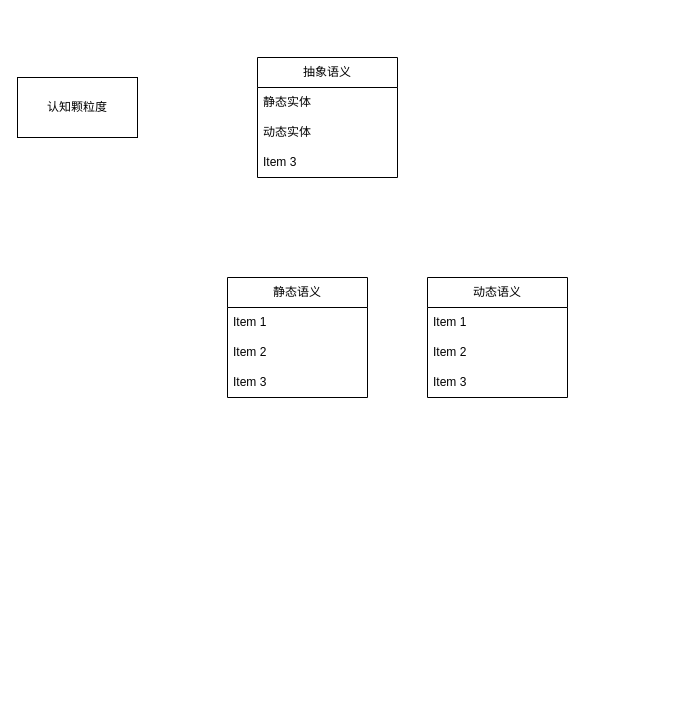
cyxm/CodeGenerator keeps this draw.io diagram as page "语义" (2 of 6) of base_model/实体和语言.drawio. Above is the earlier version. Source tidied: cells renumbered, new cells numbered last; positions are measured from the earlier drawing's top-left corner, leaving out a move shared by most shapes. Both pictures are drawn from the tidied source at 100%, with x=0, y=0 at pixel (17, 57).
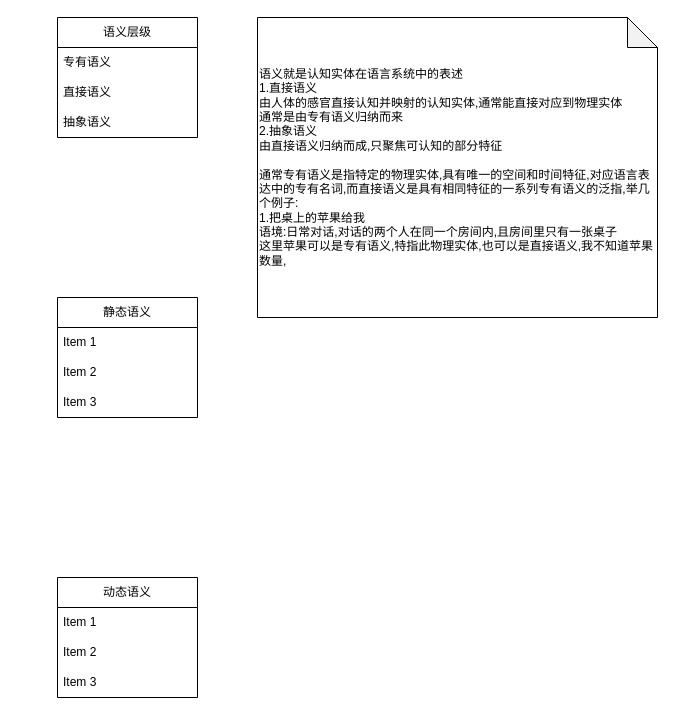
The same diagram, later.

Commit message:
更新实体和语言.drawio

Diff of the diagram source:
```diff
@@
 <mxGraphModel>
   <root>
     <mxCell id="0" />
     <mxCell id="1" parent="0" />
     <mxCell id="2" value="静态语义" style="swimlane;fontStyle=0;horizontal=1;startSize=30;whiteSpace=wrap;html=1;" parent="1" vertex="1">
-      <mxGeometry x="210" y="220" width="140" height="120" as="geometry" />
+      <mxGeometry x="40" y="240" width="140" height="120" as="geometry" />
     </mxCell>
     <mxCell id="3" value="Item 1" style="text;strokeColor=none;fillColor=none;align=left;verticalAlign=middle;spacingLeft=4;spacingRight=4;overflow=hidden;whiteSpace=wrap;html=1;" parent="2" vertex="1">
       <mxGeometry y="30" width="140" height="30" as="geometry" />
     </mxCell>
     <mxCell id="4" value="Item 2" style="text;strokeColor=none;fillColor=none;align=left;verticalAlign=middle;spacingLeft=4;spacingRight=4;overflow=hidden;whiteSpace=wrap;html=1;" parent="2" vertex="1">
       <mxGeometry y="60" width="140" height="30" as="geometry" />
     </mxCell>
     <mxCell id="5" value="Item 3" style="text;strokeColor=none;fillColor=none;align=left;verticalAlign=middle;spacingLeft=4;spacingRight=4;overflow=hidden;whiteSpace=wrap;html=1;" parent="2" vertex="1">
       <mxGeometry y="90" width="140" height="30" as="geometry" />
     </mxCell>
     <mxCell id="6" value="动态语义" style="swimlane;fontStyle=0;horizontal=1;startSize=30;whiteSpace=wrap;html=1;" parent="1" vertex="1">
-      <mxGeometry x="410" y="220" width="140" height="120" as="geometry" />
+      <mxGeometry x="40" y="520" width="140" height="120" as="geometry" />
     </mxCell>
     <mxCell id="7" value="Item 1" style="text;strokeColor=none;fillColor=none;align=left;verticalAlign=middle;spacingLeft=4;spacingRight=4;overflow=hidden;whiteSpace=wrap;html=1;" parent="6" vertex="1">
       <mxGeometry y="30" width="140" height="30" as="geometry" />
     </mxCell>
     <mxCell id="8" value="Item 2" style="text;strokeColor=none;fillColor=none;align=left;verticalAlign=middle;spacingLeft=4;spacingRight=4;overflow=hidden;whiteSpace=wrap;html=1;" parent="6" vertex="1">
       <mxGeometry y="60" width="140" height="30" as="geometry" />
     </mxCell>
     <mxCell id="9" value="Item 3" style="text;strokeColor=none;fillColor=none;align=left;verticalAlign=middle;spacingLeft=4;spacingRight=4;overflow=hidden;whiteSpace=wrap;html=1;" parent="6" vertex="1">
       <mxGeometry y="90" width="140" height="30" as="geometry" />
     </mxCell>
-    <mxCell id="10" value="抽象语义" style="swimlane;fontStyle=0;horizontal=1;startSize=30;whiteSpace=wrap;html=1;" parent="1" vertex="1">
-      <mxGeometry x="240" width="140" height="120" as="geometry" />
+    <mxCell id="10" value="语义层级" style="swimlane;fontStyle=0;horizontal=1;startSize=30;whiteSpace=wrap;html=1;" parent="1" vertex="1">
+      <mxGeometry x="40" y="-40" width="140" height="120" as="geometry" />
     </mxCell>
-    <mxCell id="11" value="静态实体" style="text;strokeColor=none;fillColor=none;align=left;verticalAlign=middle;spacingLeft=4;spacingRight=4;overflow=hidden;whiteSpace=wrap;html=1;" parent="10" vertex="1">
-      <mxGeometry y="30" width="140" height="30" as="geometry" />
-    </mxCell>
-    <mxCell id="12" value="动态实体" style="text;strokeColor=none;fillColor=none;align=left;verticalAlign=middle;spacingLeft=4;spacingRight=4;overflow=hidden;whiteSpace=wrap;html=1;" parent="10" vertex="1">
-      <mxGeometry y="60" width="140" height="30" as="geometry" />
-    </mxCell>
-    <mxCell id="13" value="Item 3" style="text;strokeColor=none;fillColor=none;align=left;verticalAlign=middle;spacingLeft=4;spacingRight=4;overflow=hidden;whiteSpace=wrap;html=1;" parent="10" vertex="1">
-      <mxGeometry y="90" width="140" height="30" as="geometry" />
-    </mxCell>
-    <mxCell id="14" value="&lt;div&gt;认知颗粒度&lt;/div&gt;" style="rounded=0;whiteSpace=wrap;html=1;" parent="1" vertex="1">
-      <mxGeometry y="20" width="120" height="60" as="geometry" />
-    </mxCell>
+    <mxCell id="15" value="专有语义" style="text;strokeColor=none;fillColor=none;align=left;verticalAlign=middle;spacingLeft=4;spacingRight=4;overflow=hidden;whiteSpace=wrap;html=1;" parent="10" vertex="1">
+      <mxGeometry y="30" width="140" height="30" as="geometry" />
+    </mxCell>
+    <mxCell id="16" value="直接语义" style="text;strokeColor=none;fillColor=none;align=left;verticalAlign=middle;spacingLeft=4;spacingRight=4;overflow=hidden;whiteSpace=wrap;html=1;" parent="10" vertex="1">
+      <mxGeometry y="60" width="140" height="30" as="geometry" />
+    </mxCell>
+    <mxCell id="17" value="抽象语义" style="text;strokeColor=none;fillColor=none;align=left;verticalAlign=middle;spacingLeft=4;spacingRight=4;overflow=hidden;whiteSpace=wrap;html=1;" parent="10" vertex="1">
+      <mxGeometry y="90" width="140" height="30" as="geometry" />
+    </mxCell>
+    <mxCell id="18" value="&lt;div&gt;语义就是认知实体在语言系统中的表述&lt;/div&gt;&lt;div&gt;1.直接语义&lt;/div&gt;&lt;div&gt;由人体的感官直接认知并映射的认知实体,通常能直接对应到物理实体&lt;/div&gt;&lt;div&gt;通常是由专有语义归纳而来&lt;/div&gt;&lt;div&gt;2.抽象语义&lt;/div&gt;&lt;div&gt;由直接语义归纳而成,只聚焦可认知的部分特征&lt;/div&gt;&lt;div&gt;&lt;br&gt;&lt;/div&gt;&lt;div&gt;通常专有语义是指特定的物理实体,具有唯一的空间和时间特征,对应语言表达中的专有名词,而直接语义是具有相同特征的一系列专有语义的泛指,举几个例子:&lt;/div&gt;&lt;div&gt;1.把桌上的苹果给我&lt;/div&gt;&lt;div&gt;语境:日常对话,对话的两个人在同一个房间内,且房间里只有一张桌子&lt;/div&gt;&lt;div&gt;这里苹果可以是专有语义,特指此物理实体,也可以是直接语义,我不知道苹果数量,&lt;/div&gt;" style="shape=note;whiteSpace=wrap;html=1;backgroundOutline=1;darkOpacity=0.05;align=left;" parent="1" vertex="1">
+      <mxGeometry x="240" y="-40" width="400" height="300" as="geometry" />
+    </mxCell>
   </root>
 </mxGraphModel>
```
